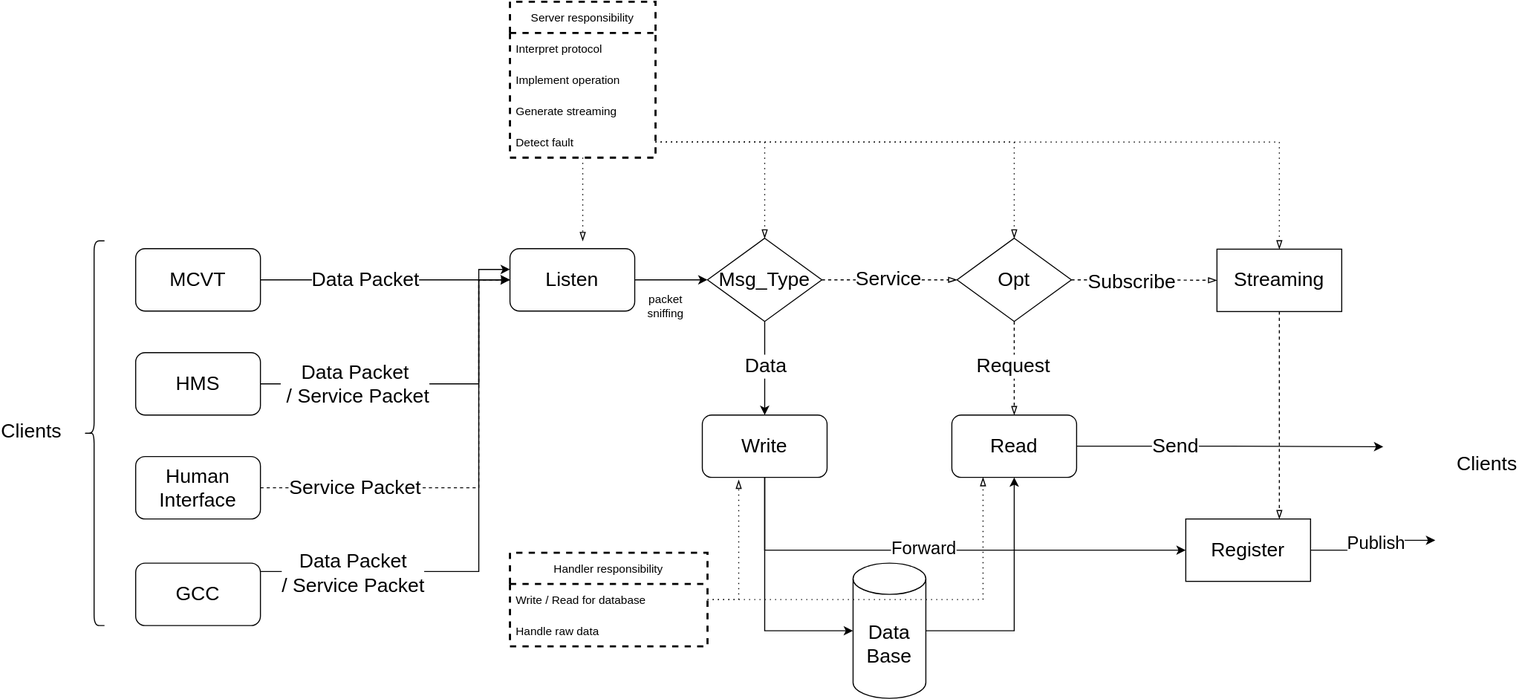
Before: img/DDS_FLOW.drawio.svg, a diagram exported from draw.io (ChuanyuXue/NASA-RETHi-DRDS). Source tidied: cells renumbered, new cells last; positions are measured from the earlier drawing's top-left corner, leaving out a move shared by most shapes.
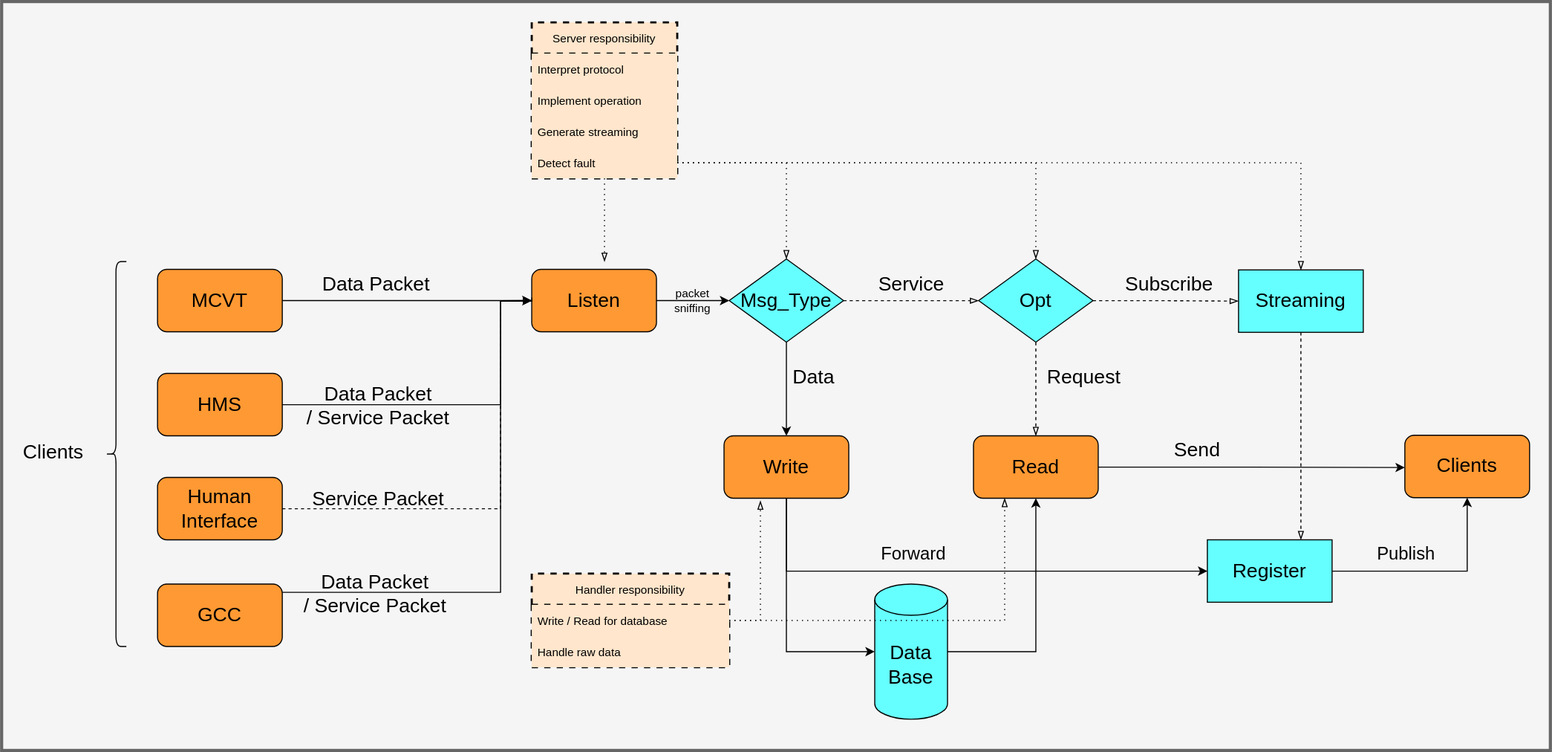
After the commit.

Commit message:
revert suntime

What changed in the source:
```diff
@@ -2,27 +2,30 @@
   <root>
     <mxCell id="0" />
     <mxCell id="1" parent="0" />
+    <mxCell id="59" style="rounded=0;whiteSpace=wrap;html=1;fillColor=#f5f5f5;fontColor=#333333;strokeColor=#666666;strokeWidth=3;" parent="1" vertex="1">
+      <mxGeometry x="-20" y="-20" width="1490" height="720" as="geometry" />
+    </mxCell>
     <mxCell id="2" style="group;" parent="1" vertex="1">
       <mxGeometry width="1350" height="670" as="geometry" />
     </mxCell>
-    <mxCell id="3" value="&lt;font style=&quot;font-size: 19px&quot;&gt;MCVT&lt;/font&gt;" style="rounded=1;whiteSpace=wrap;html=1;" parent="2" vertex="1">
+    <mxCell id="3" value="&lt;span style=&quot;font-size: 19px;&quot;&gt;MCVT&lt;/span&gt;" style="rounded=1;whiteSpace=wrap;html=1;fillColor=#FF9933;" parent="2" vertex="1">
       <mxGeometry x="130" y="237.5" width="120" height="60" as="geometry" />
     </mxCell>
-    <mxCell id="4" value="&lt;font style=&quot;font-size: 19px&quot;&gt;HMS&lt;/font&gt;" style="rounded=1;whiteSpace=wrap;html=1;" parent="2" vertex="1">
+    <mxCell id="4" value="&lt;font style=&quot;font-size: 19px&quot;&gt;HMS&lt;/font&gt;" style="rounded=1;whiteSpace=wrap;html=1;fillColor=#FF9933;" parent="2" vertex="1">
       <mxGeometry x="130" y="337.5" width="120" height="60" as="geometry" />
     </mxCell>
-    <mxCell id="5" value="&lt;span style=&quot;font-size: 19px&quot;&gt;Human Interface&lt;/span&gt;" style="rounded=1;whiteSpace=wrap;html=1;" parent="2" vertex="1">
+    <mxCell id="5" value="&lt;span style=&quot;font-size: 19px&quot;&gt;Human Interface&lt;/span&gt;" style="rounded=1;whiteSpace=wrap;html=1;fillColor=#FF9933;" parent="2" vertex="1">
       <mxGeometry x="130" y="437.5" width="120" height="60" as="geometry" />
     </mxCell>
-    <mxCell id="6" value="Listen" style="rounded=1;whiteSpace=wrap;html=1;fontSize=19;" parent="2" vertex="1">
+    <mxCell id="6" value="Listen" style="rounded=1;whiteSpace=wrap;html=1;fontSize=19;fillColor=#FF9933;" parent="2" vertex="1">
       <mxGeometry x="490" y="237.5" width="120" height="60" as="geometry" />
     </mxCell>
     <mxCell id="7" style="edgeStyle=orthogonalEdgeStyle;rounded=0;jettySize=auto;html=1;fontSize=19;" parent="2" edge="1" source="3" target="6">
       <mxGeometry relative="1" as="geometry" />
     </mxCell>
-    <mxCell id="8" value="Data Packet" style="edgeLabel;html=1;align=center;verticalAlign=middle;fontSize=19;" parent="7" vertex="1">
+    <mxCell id="8" value="Data Packet" style="edgeLabel;html=1;align=center;verticalAlign=middle;fontSize=19;labelBackgroundColor=none;" parent="7" vertex="1">
       <mxGeometry x="-0.11" relative="1" as="geometry">
-        <mxPoint x="-7" as="offset" />
+        <mxPoint x="-17" y="-17" as="offset" />
       </mxGeometry>
     </mxCell>
     <mxCell id="9" style="edgeStyle=orthogonalEdgeStyle;rounded=0;jettySize=auto;html=1;entryX=0;entryY=0.5;entryDx=0;entryDy=0;fontSize=19;" parent="2" edge="1" source="4" target="6">
@@ -33,7 +36,7 @@
         </Array>
       </mxGeometry>
     </mxCell>
-    <mxCell id="10" value="Data Packet&lt;br&gt;&amp;nbsp;/ Service Packet" style="edgeLabel;html=1;align=center;verticalAlign=middle;fontSize=19;" parent="9" vertex="1">
+    <mxCell id="10" value="Data Packet&lt;br&gt;&amp;nbsp;/ Service Packet" style="edgeLabel;html=1;align=center;verticalAlign=middle;fontSize=19;labelBackgroundColor=none;" parent="9" vertex="1">
       <mxGeometry x="-0.45" y="-2" relative="1" as="geometry">
         <mxPoint x="-3" y="-2" as="offset" />
       </mxGeometry>
@@ -46,12 +49,12 @@
         </Array>
       </mxGeometry>
     </mxCell>
-    <mxCell id="12" value="Service Packet" style="edgeLabel;html=1;align=center;verticalAlign=middle;fontSize=19;" parent="11" vertex="1">
+    <mxCell id="12" value="Service Packet" style="edgeLabel;html=1;align=center;verticalAlign=middle;fontSize=19;labelBackgroundColor=none;" parent="11" vertex="1">
       <mxGeometry x="-0.71" relative="1" as="geometry">
-        <mxPoint x="27" as="offset" />
+        <mxPoint x="27" y="-10" as="offset" />
       </mxGeometry>
     </mxCell>
-    <mxCell id="13" value="Data Base" style="shape=cylinder3;whiteSpace=wrap;html=1;boundedLbl=1;backgroundOutline=1;size=15;fontSize=19;" parent="2" vertex="1">
+    <mxCell id="13" value="Data Base" style="shape=cylinder3;whiteSpace=wrap;html=1;boundedLbl=1;backgroundOutline=1;size=15;fontSize=19;fillColor=#66FFFF;" parent="2" vertex="1">
       <mxGeometry x="820" y="540" width="70" height="130" as="geometry" />
     </mxCell>
     <mxCell id="14" style="shape=curlyBracket;whiteSpace=wrap;html=1;rounded=1;fontSize=19;" parent="2" vertex="1">
@@ -60,7 +63,7 @@
     <mxCell id="15" value="Clients" style="text;html=1;strokeColor=none;fillColor=none;align=center;verticalAlign=middle;whiteSpace=wrap;rounded=0;fontSize=19;" parent="2" vertex="1">
       <mxGeometry y="398.5" width="60" height="30" as="geometry" />
     </mxCell>
-    <mxCell id="16" value="Msg_Type" style="rhombus;whiteSpace=wrap;html=1;fontSize=19;rounded=0;" parent="2" vertex="1">
+    <mxCell id="16" value="Msg_Type" style="rhombus;whiteSpace=wrap;html=1;fontSize=19;rounded=0;fillColor=#66FFFF;" parent="2" vertex="1">
       <mxGeometry x="680" y="227.5" width="110" height="80" as="geometry" />
     </mxCell>
     <mxCell id="17" style="edgeStyle=orthogonalEdgeStyle;rounded=0;jettySize=auto;html=1;fontSize=19;" parent="2" edge="1" source="6" target="16">
@@ -73,7 +76,7 @@
         </Array>
       </mxGeometry>
     </mxCell>
-    <mxCell id="19" value="Write" style="rounded=1;whiteSpace=wrap;html=1;fontSize=19;" parent="2" vertex="1">
+    <mxCell id="19" value="Write" style="rounded=1;whiteSpace=wrap;html=1;fontSize=19;fillColor=#FF9933;" parent="2" vertex="1">
       <mxGeometry x="675" y="397.5" width="120" height="60" as="geometry" />
     </mxCell>
     <mxCell id="20" style="edgeStyle=orthogonalEdgeStyle;rounded=0;jettySize=auto;html=1;fontSize=19;" parent="2" edge="1" source="16" target="19">
@@ -84,32 +87,32 @@
         </Array>
       </mxGeometry>
     </mxCell>
-    <mxCell id="21" value="Data" style="edgeLabel;html=1;align=center;verticalAlign=middle;fontSize=19;" parent="20" vertex="1">
+    <mxCell id="21" value="Data" style="edgeLabel;html=1;align=center;verticalAlign=middle;fontSize=19;labelBackgroundColor=none;" parent="20" vertex="1">
       <mxGeometry x="-0.08" relative="1" as="geometry">
-        <mxPoint y="1" as="offset" />
+        <mxPoint x="25" y="-9" as="offset" />
       </mxGeometry>
     </mxCell>
     <mxCell id="22" value="packet sniffing" style="text;html=1;strokeColor=none;fillColor=none;align=center;verticalAlign=middle;whiteSpace=wrap;rounded=0;fontSize=11;" parent="2" vertex="1">
-      <mxGeometry x="610" y="277.5" width="60" height="30" as="geometry" />
+      <mxGeometry x="615" y="253" width="60" height="30" as="geometry" />
     </mxCell>
     <mxCell id="23" style="edgeStyle=orthogonalEdgeStyle;rounded=0;jettySize=auto;html=1;dashed=1;startArrow=none;startFill=0;endArrow=blockThin;endFill=0;dashPattern=1 4;" parent="2" edge="1" source="24">
       <mxGeometry relative="1" as="geometry">
         <mxPoint x="560" y="230" as="targetPoint" />
       </mxGeometry>
     </mxCell>
-    <mxCell id="24" value="Server responsibility" style="swimlane;fontStyle=0;horizontal=1;startSize=30;rounded=0;fontSize=11;strokeWidth=2;dashed=1;" parent="2" vertex="1">
+    <mxCell id="24" value="Server responsibility" style="swimlane;fontStyle=0;horizontal=1;startSize=30;rounded=0;fontSize=11;strokeWidth=2;dashed=1;swimlaneFillColor=default;fillColor=#FFE6CC;" parent="2" vertex="1">
       <mxGeometry x="490" width="140" height="150" as="geometry" />
     </mxCell>
-    <mxCell id="25" value="Interpret protocol" style="text;strokeColor=none;fillColor=none;align=left;verticalAlign=middle;spacingLeft=4;spacingRight=4;overflow=hidden;rounded=0;fontSize=11;" parent="24" vertex="1">
+    <mxCell id="25" value="Interpret protocol" style="text;strokeColor=none;fillColor=#FFE6CC;align=left;verticalAlign=middle;spacingLeft=4;spacingRight=4;overflow=hidden;rounded=0;fontSize=11;" parent="24" vertex="1">
       <mxGeometry y="30" width="140" height="30" as="geometry" />
     </mxCell>
-    <mxCell id="26" value="Implement operation" style="text;strokeColor=none;fillColor=none;align=left;verticalAlign=middle;spacingLeft=4;spacingRight=4;overflow=hidden;rounded=0;fontSize=11;" parent="24" vertex="1">
+    <mxCell id="26" value="Implement operation" style="text;strokeColor=none;fillColor=#FFE6CC;align=left;verticalAlign=middle;spacingLeft=4;spacingRight=4;overflow=hidden;rounded=0;fontSize=11;" parent="24" vertex="1">
       <mxGeometry y="60" width="140" height="30" as="geometry" />
     </mxCell>
-    <mxCell id="27" value="Generate streaming" style="text;strokeColor=none;fillColor=none;align=left;verticalAlign=middle;spacingLeft=4;spacingRight=4;overflow=hidden;rounded=0;fontSize=11;" parent="24" vertex="1">
+    <mxCell id="27" value="Generate streaming" style="text;strokeColor=none;fillColor=#FFE6CC;align=left;verticalAlign=middle;spacingLeft=4;spacingRight=4;overflow=hidden;rounded=0;fontSize=11;" parent="24" vertex="1">
       <mxGeometry y="90" width="140" height="30" as="geometry" />
     </mxCell>
-    <mxCell id="28" value="Detect fault" style="text;strokeColor=none;fillColor=none;align=left;verticalAlign=middle;spacingLeft=4;spacingRight=4;overflow=hidden;points=[[0,0.5],[1,0.5]];portConstraint=eastwest;rounded=0;fontSize=11;" parent="24" vertex="1">
+    <mxCell id="28" value="Detect fault" style="text;strokeColor=none;fillColor=#FFE6CC;align=left;verticalAlign=middle;spacingLeft=4;spacingRight=4;overflow=hidden;points=[[0,0.5],[1,0.5]];portConstraint=eastwest;rounded=0;fontSize=11;" parent="24" vertex="1">
       <mxGeometry y="120" width="140" height="30" as="geometry" />
     </mxCell>
     <mxCell id="29" style="edgeStyle=orthogonalEdgeStyle;rounded=0;jettySize=auto;html=1;dashed=1;startArrow=none;startFill=0;endArrow=blockThin;endFill=0;dashPattern=1 4;" parent="2" edge="1" source="30">
@@ -117,16 +120,16 @@
         <mxPoint x="710" y="460" as="targetPoint" />
       </mxGeometry>
     </mxCell>
-    <mxCell id="30" value="Handler responsibility" style="swimlane;fontStyle=0;horizontal=1;startSize=30;rounded=0;fontSize=11;strokeWidth=2;dashed=1;" parent="2" vertex="1">
+    <mxCell id="30" value="Handler responsibility" style="swimlane;fontStyle=0;horizontal=1;startSize=30;rounded=0;fontSize=11;strokeWidth=2;dashed=1;fillColor=#FFE6CC;" parent="2" vertex="1">
       <mxGeometry x="490" y="530" width="190" height="90" as="geometry" />
     </mxCell>
-    <mxCell id="31" value="Write / Read for database" style="text;strokeColor=none;fillColor=none;align=left;verticalAlign=middle;spacingLeft=4;spacingRight=4;overflow=hidden;rounded=0;fontSize=11;" parent="30" vertex="1">
+    <mxCell id="31" value="Write / Read for database" style="text;strokeColor=none;fillColor=#FFE6CC;align=left;verticalAlign=middle;spacingLeft=4;spacingRight=4;overflow=hidden;rounded=0;fontSize=11;" parent="30" vertex="1">
       <mxGeometry y="30" width="190" height="30" as="geometry" />
     </mxCell>
-    <mxCell id="32" value="Handle raw data" style="text;strokeColor=none;fillColor=none;align=left;verticalAlign=middle;spacingLeft=4;spacingRight=4;overflow=hidden;rounded=0;fontSize=11;" parent="30" vertex="1">
+    <mxCell id="32" value="Handle raw data" style="text;strokeColor=none;fillColor=#FFE6CC;align=left;verticalAlign=middle;spacingLeft=4;spacingRight=4;overflow=hidden;rounded=0;fontSize=11;" parent="30" vertex="1">
       <mxGeometry y="60" width="190" height="30" as="geometry" />
     </mxCell>
-    <mxCell id="33" value="Opt" style="rhombus;whiteSpace=wrap;html=1;fontSize=19;rounded=0;" parent="2" vertex="1">
+    <mxCell id="33" value="Opt" style="rhombus;whiteSpace=wrap;html=1;fontSize=19;rounded=0;fillColor=#66FFFF;" parent="2" vertex="1">
       <mxGeometry x="920" y="227.5" width="110" height="80" as="geometry" />
     </mxCell>
     <mxCell id="34" style="edgeStyle=orthogonalEdgeStyle;rounded=0;jettySize=auto;html=1;endArrow=blockThin;dashed=1;startArrow=none;startFill=0;endFill=0;" parent="2" edge="1" source="16" target="33">
@@ -137,9 +140,9 @@
         </Array>
       </mxGeometry>
     </mxCell>
-    <mxCell id="35" value="Service" style="edgeLabel;html=1;align=center;verticalAlign=middle;fontSize=19;" parent="34" vertex="1">
+    <mxCell id="35" value="Service" style="edgeLabel;html=1;align=center;verticalAlign=middle;fontSize=19;labelBackgroundColor=none;" parent="34" vertex="1">
       <mxGeometry x="-0.01" y="2" relative="1" as="geometry">
-        <mxPoint y="1" as="offset" />
+        <mxPoint y="-15" as="offset" />
       </mxGeometry>
     </mxCell>
     <mxCell id="36" style="edgeStyle=orthogonalEdgeStyle;rounded=0;jettySize=auto;html=1;startArrow=none;startFill=0;" parent="2" edge="1" source="38">
@@ -147,12 +150,12 @@
         <mxPoint x="1330" y="428" as="targetPoint" />
       </mxGeometry>
     </mxCell>
-    <mxCell id="37" value="Send" style="edgeLabel;html=1;align=center;verticalAlign=middle;fontSize=19;" parent="36" vertex="1">
+    <mxCell id="37" value="Send" style="edgeLabel;html=1;align=center;verticalAlign=middle;fontSize=19;labelBackgroundColor=none;" parent="36" vertex="1">
       <mxGeometry x="-0.12" y="-1" relative="1" as="geometry">
-        <mxPoint x="-36" y="-1" as="offset" />
+        <mxPoint x="-36" y="-18" as="offset" />
       </mxGeometry>
     </mxCell>
-    <mxCell id="38" value="Read" style="rounded=1;whiteSpace=wrap;html=1;fontSize=19;" parent="2" vertex="1">
+    <mxCell id="38" value="Read" style="rounded=1;whiteSpace=wrap;html=1;fontSize=19;fillColor=#FF9933;" parent="2" vertex="1">
       <mxGeometry x="915" y="397.5" width="120" height="60" as="geometry" />
     </mxCell>
     <mxCell id="39" style="edgeStyle=orthogonalEdgeStyle;rounded=0;jettySize=auto;html=1;entryX=0.5;entryY=1;entryDx=0;entryDy=0;startArrow=none;startFill=0;" parent="2" edge="1" source="13" target="38">
@@ -169,15 +172,15 @@
         </Array>
       </mxGeometry>
     </mxCell>
-    <mxCell id="42" value="Streaming" style="rounded=0;whiteSpace=wrap;html=1;fontSize=19;" parent="2" vertex="1">
+    <mxCell id="42" value="Streaming" style="rounded=0;whiteSpace=wrap;html=1;fontSize=19;fillColor=#66FFFF;" parent="2" vertex="1">
       <mxGeometry x="1170" y="238" width="120" height="60" as="geometry" />
     </mxCell>
     <mxCell id="43" style="edgeStyle=orthogonalEdgeStyle;rounded=0;jettySize=auto;html=1;endArrow=blockThin;dashed=1;startArrow=none;startFill=0;endFill=0;" parent="2" edge="1" source="33" target="38">
       <mxGeometry relative="1" as="geometry" />
     </mxCell>
-    <mxCell id="44" value="Request" style="edgeLabel;html=1;align=center;verticalAlign=middle;fontSize=19;" parent="43" vertex="1">
+    <mxCell id="44" value="Request" style="edgeLabel;html=1;align=center;verticalAlign=middle;fontSize=19;labelBackgroundColor=none;" parent="43" vertex="1">
       <mxGeometry x="-0.08" y="-2" relative="1" as="geometry">
-        <mxPoint y="1" as="offset" />
+        <mxPoint x="47" y="-9" as="offset" />
       </mxGeometry>
     </mxCell>
     <mxCell id="45" style="edgeStyle=orthogonalEdgeStyle;rounded=0;jettySize=auto;html=1;entryX=0.5;entryY=0;entryDx=0;entryDy=0;dashed=1;startArrow=none;startFill=0;endArrow=blockThin;endFill=0;dashPattern=1 4;" parent="2" edge="1" source="28" target="16">
@@ -189,55 +192,53 @@
     <mxCell id="47" style="edgeStyle=orthogonalEdgeStyle;rounded=0;jettySize=auto;html=1;startArrow=none;startFill=0;endArrow=blockThin;dashed=1;endFill=0;" parent="2" edge="1" source="33" target="42">
       <mxGeometry relative="1" as="geometry" />
     </mxCell>
-    <mxCell id="48" value="Subscribe" style="edgeLabel;html=1;align=center;verticalAlign=middle;fontSize=19;" parent="47" vertex="1">
+    <mxCell id="48" value="Subscribe" style="edgeLabel;html=1;align=center;verticalAlign=middle;fontSize=19;labelBackgroundColor=none;" parent="47" vertex="1">
       <mxGeometry x="-0.19" y="-1" relative="1" as="geometry">
-        <mxPoint y="1" as="offset" />
+        <mxPoint x="14" y="-18" as="offset" />
       </mxGeometry>
     </mxCell>
     <mxCell id="49" style="edgeStyle=orthogonalEdgeStyle;rounded=0;jettySize=auto;html=1;entryX=0.5;entryY=0;entryDx=0;entryDy=0;dashed=1;startArrow=none;startFill=0;endArrow=blockThin;endFill=0;dashPattern=1 4;" parent="2" edge="1" source="28" target="42">
       <mxGeometry relative="1" as="geometry" />
     </mxCell>
-    <mxCell id="50" value="&lt;span style=&quot;font-size: 19px&quot;&gt;GCC&lt;/span&gt;" style="rounded=1;whiteSpace=wrap;html=1;" parent="2" vertex="1">
+    <mxCell id="50" value="&lt;span style=&quot;font-size: 19px&quot;&gt;GCC&lt;/span&gt;" style="rounded=1;whiteSpace=wrap;html=1;fillColor=#FF9933;" parent="2" vertex="1">
       <mxGeometry x="130" y="540" width="120" height="60" as="geometry" />
     </mxCell>
-    <mxCell id="51" value="Register" style="rounded=0;whiteSpace=wrap;html=1;fontSize=19;" parent="2" vertex="1">
+    <mxCell id="51" value="Register" style="rounded=0;whiteSpace=wrap;html=1;fontSize=19;fillColor=#66FFFF;" parent="2" vertex="1">
       <mxGeometry x="1140" y="497.5" width="120" height="60" as="geometry" />
     </mxCell>
     <mxCell id="52" style="edgeStyle=orthogonalEdgeStyle;rounded=0;jettySize=auto;html=1;fontSize=17;startArrow=classic;startFill=1;endArrow=none;endFill=0;entryX=0.5;entryY=1;entryDx=0;entryDy=0;" parent="2" edge="1" source="51" target="19">
       <mxGeometry relative="1" as="geometry" />
     </mxCell>
-    <mxCell id="53" value="Forward" style="edgeLabel;html=1;align=center;verticalAlign=middle;fontSize=17;" parent="52" vertex="1">
+    <mxCell id="53" value="Forward" style="edgeLabel;html=1;align=center;verticalAlign=middle;fontSize=17;labelBackgroundColor=none;" parent="52" vertex="1">
       <mxGeometry x="0.06" y="3" relative="1" as="geometry">
-        <mxPoint y="-4" as="offset" />
+        <mxPoint x="-32" y="-20" as="offset" />
       </mxGeometry>
     </mxCell>
-    <mxCell id="54" style="edgeStyle=orthogonalEdgeStyle;rounded=0;orthogonalLoop=1;jettySize=auto;html=1;entryX=0;entryY=0.5;entryDx=0;entryDy=0;" parent="1" edge="1">
+    <mxCell id="54" style="edgeStyle=orthogonalEdgeStyle;rounded=0;jettySize=auto;html=1;entryX=0.001;entryY=0.451;entryDx=0;entryDy=0;entryPerimeter=0;endArrow=none;endFill=0;" parent="1" edge="1" target="6">
       <mxGeometry relative="1" as="geometry">
         <mxPoint x="250" y="548" as="sourcePoint" />
-        <mxPoint x="490" y="257.5" as="targetPoint" />
         <Array as="points">
           <mxPoint x="460" y="548" />
-          <mxPoint x="460" y="258" />
+          <mxPoint x="460" y="268" />
+          <mxPoint x="490" y="268" />
         </Array>
       </mxGeometry>
     </mxCell>
-    <mxCell id="55" value="Data Packet &lt;br&gt;/ Service Packet" style="edgeLabel;html=1;align=center;verticalAlign=middle;fontSize=19;" parent="54" vertex="1">
+    <mxCell id="55" value="Data Packet &lt;br&gt;/ Service Packet" style="edgeLabel;html=1;align=center;verticalAlign=middle;fontSize=19;labelBackgroundColor=none;" parent="54" vertex="1">
       <mxGeometry x="-0.69" y="-1" relative="1" as="geometry">
         <mxPoint x="6" as="offset" />
       </mxGeometry>
     </mxCell>
-    <mxCell id="56" value="Clients" style="text;html=1;strokeColor=none;fillColor=none;align=center;verticalAlign=middle;whiteSpace=wrap;rounded=0;fontSize=19;" parent="1" vertex="1">
-      <mxGeometry x="1400" y="430" width="60" height="30" as="geometry" />
-    </mxCell>
-    <mxCell id="57" style="edgeStyle=orthogonalEdgeStyle;rounded=0;jettySize=auto;html=1;fontSize=11;startArrow=none;startFill=0;endArrow=classic;endFill=1;" parent="1" edge="1" source="51">
-      <mxGeometry relative="1" as="geometry">
-        <mxPoint x="1380" y="518" as="targetPoint" />
-      </mxGeometry>
+    <mxCell id="57" style="edgeStyle=orthogonalEdgeStyle;rounded=0;jettySize=auto;html=1;fontSize=11;startArrow=none;startFill=0;endArrow=classic;endFill=1;entryX=0.5;entryY=1;entryDx=0;entryDy=0;" parent="1" edge="1" source="51" target="56">
+      <mxGeometry relative="1" as="geometry" />
     </mxCell>
-    <mxCell id="58" value="Publish" style="edgeLabel;html=1;align=center;verticalAlign=middle;fontSize=17;" parent="57" vertex="1">
+    <mxCell id="58" value="Publish" style="edgeLabel;html=1;align=center;verticalAlign=middle;fontSize=17;labelBackgroundColor=none;" parent="57" vertex="1">
       <mxGeometry y="-1" relative="1" as="geometry">
-        <mxPoint x="1" y="-1" as="offset" />
+        <mxPoint x="-30" y="-18" as="offset" />
       </mxGeometry>
     </mxCell>
+    <mxCell id="56" value="Clients" style="rounded=1;whiteSpace=wrap;html=1;fontSize=19;fillColor=#FF9933;" parent="1" vertex="1">
+      <mxGeometry x="1330" y="397" width="120" height="60" as="geometry" />
+    </mxCell>
   </root>
 </mxGraphModel>
```
